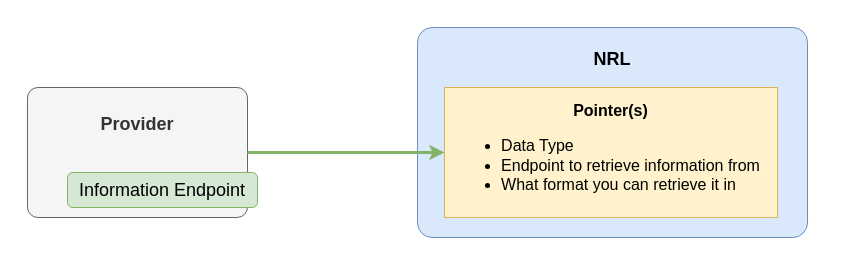
This is page "overview/nrl_pointer_create" (1 of 11) of images/NRL_images.drawio from nhsconnect/FHIR-NRLS-API, a draw.io file, before an edit. Source tidied: cells renumbered, new cells numbered last; positions are measured from the earlier drawing's top-left corner, leaving out a move shared by most shapes. Both pictures are drawn from the tidied source at 100%, with x=0, y=0 at pixel (17, 17).
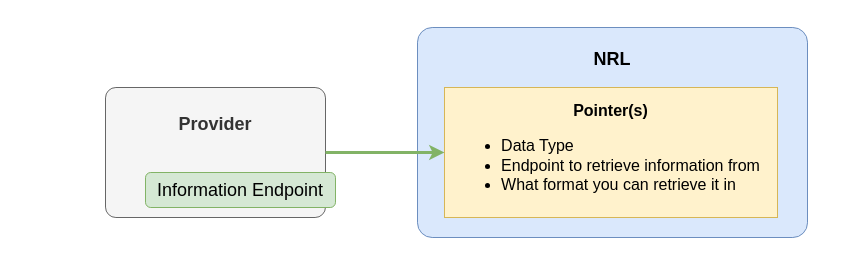
Above is the later version.

What changed in the source:
```diff
@@
 <mxGraphModel>
   <root>
     <mxCell id="0" />
     <mxCell id="1" parent="0" />
-    <mxCell id="2" style="rounded=0;whiteSpace=wrap;html=1;shadow=0;glass=0;comic=0;fontSize=26;align=left;fillColor=none;strokeColor=none;" parent="1" vertex="1">
-      <mxGeometry width="810" height="230" as="geometry" />
-    </mxCell>
     <mxCell id="3" value="NRL" style="rounded=1;whiteSpace=wrap;html=1;verticalAlign=top;fontSize=18;spacingTop=15;fillColor=#dae8fc;strokeColor=#6c8ebf;fontStyle=1;comic=0;shadow=0;arcSize=7;" parent="1" vertex="1">
       <mxGeometry x="400" y="10" width="390" height="210" as="geometry" />
     </mxCell>
     <mxCell id="4" value="Provider" style="rounded=1;whiteSpace=wrap;html=1;fontSize=18;verticalAlign=top;spacingTop=20;fillColor=#f5f5f5;strokeColor=#666666;fontStyle=1;arcSize=8;fontColor=#333333;" parent="1" vertex="1">
-      <mxGeometry x="10" y="70" width="220" height="130" as="geometry" />
+      <mxGeometry x="88" y="70" width="220" height="130" as="geometry" />
     </mxCell>
     <mxCell id="5" value="&lt;b style=&quot;font-size: 16px;&quot;&gt;Pointer(s)&lt;/b&gt;&lt;br style=&quot;font-size: 16px;&quot;&gt;&lt;div style=&quot;text-align: left; font-size: 16px;&quot;&gt;&lt;ul style=&quot;font-size: 16px;&quot;&gt;&lt;li style=&quot;font-size: 16px;&quot;&gt;&lt;span style=&quot;font-size: 16px;&quot;&gt;Data Type&lt;/span&gt;&lt;/li&gt;&lt;li style=&quot;font-size: 16px;&quot;&gt;&lt;span style=&quot;font-size: 16px;&quot;&gt;Endpoint to retrieve information from&lt;/span&gt;&lt;/li&gt;&lt;li style=&quot;font-size: 16px;&quot;&gt;&lt;span style=&quot;font-size: 16px;&quot;&gt;What format you can retrieve it in&lt;/span&gt;&lt;/li&gt;&lt;/ul&gt;&lt;/div&gt;" style="rounded=0;whiteSpace=wrap;html=1;fontSize=16;verticalAlign=middle;spacingTop=5;fillColor=#fff2cc;strokeColor=#d6b656;" parent="1" vertex="1">
       <mxGeometry x="427" y="70" width="333" height="130" as="geometry" />
     </mxCell>
     <mxCell id="6" style="endArrow=classic;html=1;fontSize=18;strokeWidth=3;entryX=0;entryY=0.5;entryDx=0;entryDy=0;exitX=1;exitY=0.5;exitDx=0;exitDy=0;fillColor=#d5e8d4;strokeColor=#82b366;" parent="1" edge="1" source="4" target="5">
       <mxGeometry relative="1" as="geometry" />
     </mxCell>
     <mxCell id="7" value="Information Endpoint" style="rounded=1;whiteSpace=wrap;html=1;fontSize=18;fillColor=#d5e8d4;strokeColor=#82b366;glass=0;" parent="1" vertex="1">
-      <mxGeometry x="50" y="155" width="190" height="35" as="geometry" />
+      <mxGeometry x="128" y="155" width="190" height="35" as="geometry" />
     </mxCell>
   </root>
 </mxGraphModel>
```
